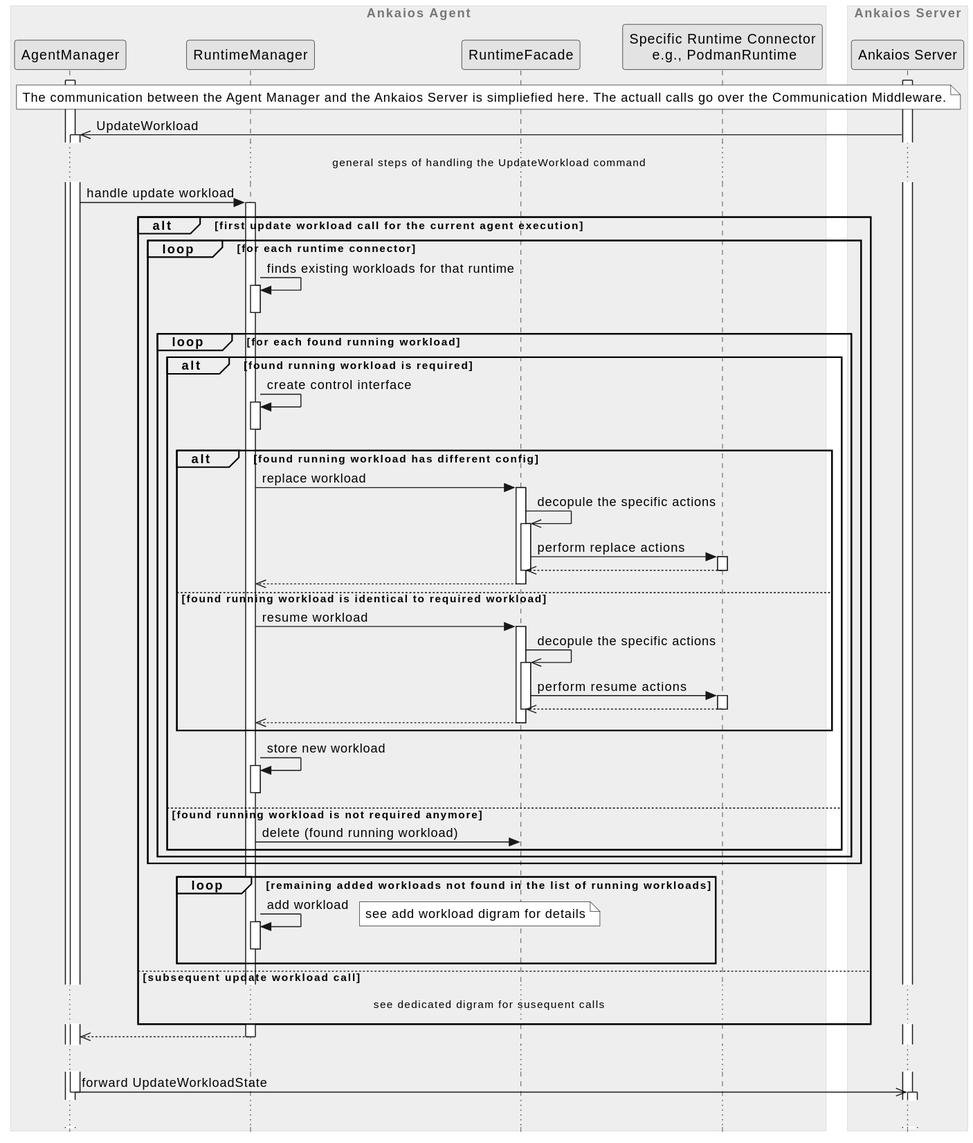
Above: agent/doc/swdesign/plantuml/seq_update_workload_initial.svg in eclipse-ankaios/ankaios (PlantUML), before the change.
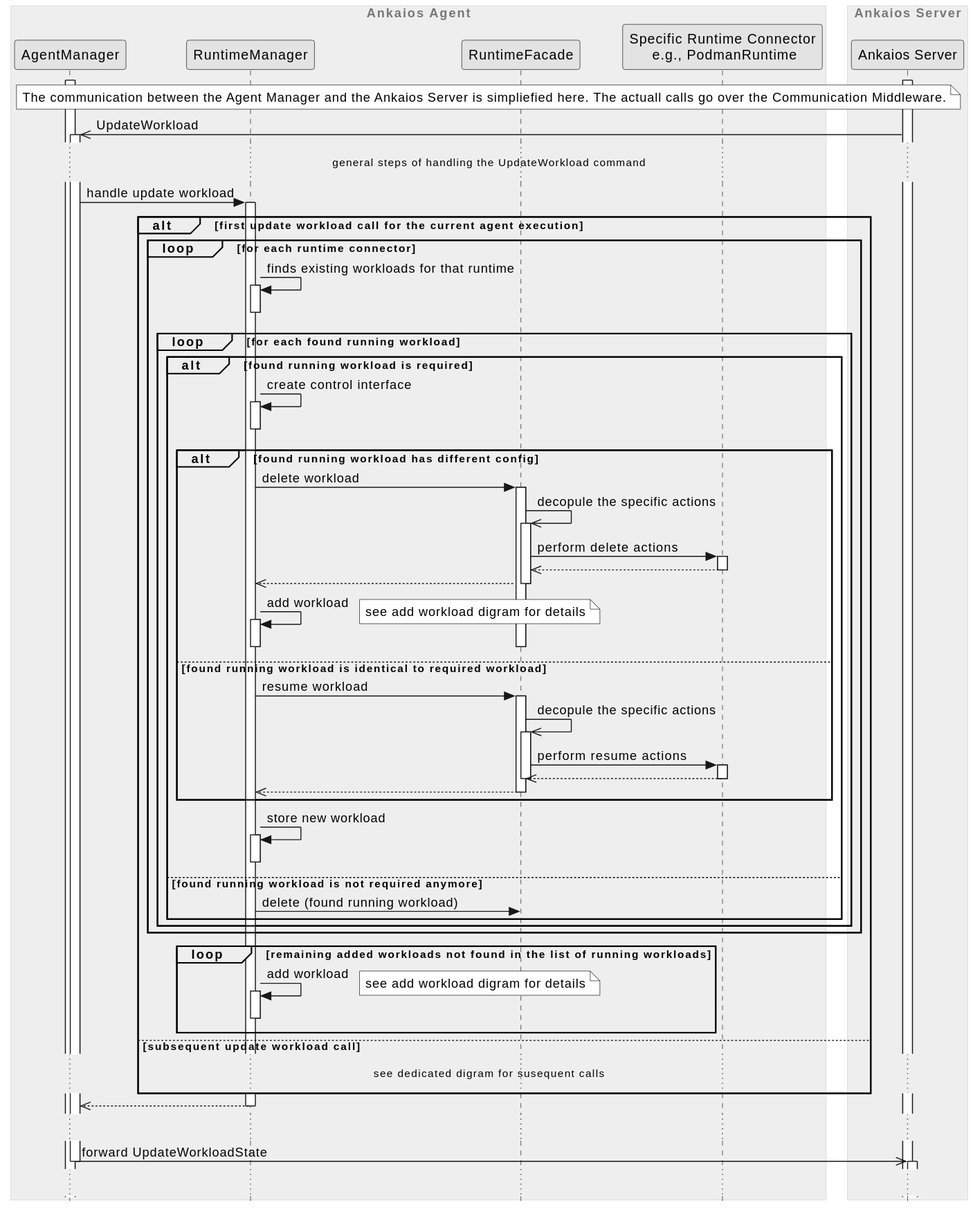
Later version of the same file.

Commit message:
Adjust update workload initial diagram

The edit, as a diff of the source:
```diff
@@ -38,12 +38,16 @@
             runtime_manager -> runtime_manager++--: create control interface
 
             alt found running workload has different config
-                runtime_manager -> wl_facade++: replace workload
+                runtime_manager -> wl_facade++: delete workload
                 wl_facade ->> wl_facade ++: decopule the specific actions
-                wl_facade -> runtime++: perform replace actions
+                wl_facade -> runtime++: perform delete actions
                 runtime -->> wl_facade--
+                wl_facade -->> runtime_manager--
+                runtime_manager -> runtime_manager ++--: add workload
+                note right
+                    see add workload digram for details
+                endnote
                 deactivate wl_facade
-                wl_facade -->> runtime_manager--
             else found running workload is identical to required workload
                 runtime_manager -> wl_facade++: resume workload
                 wl_facade ->> wl_facade ++: decopule the specific actions
```
